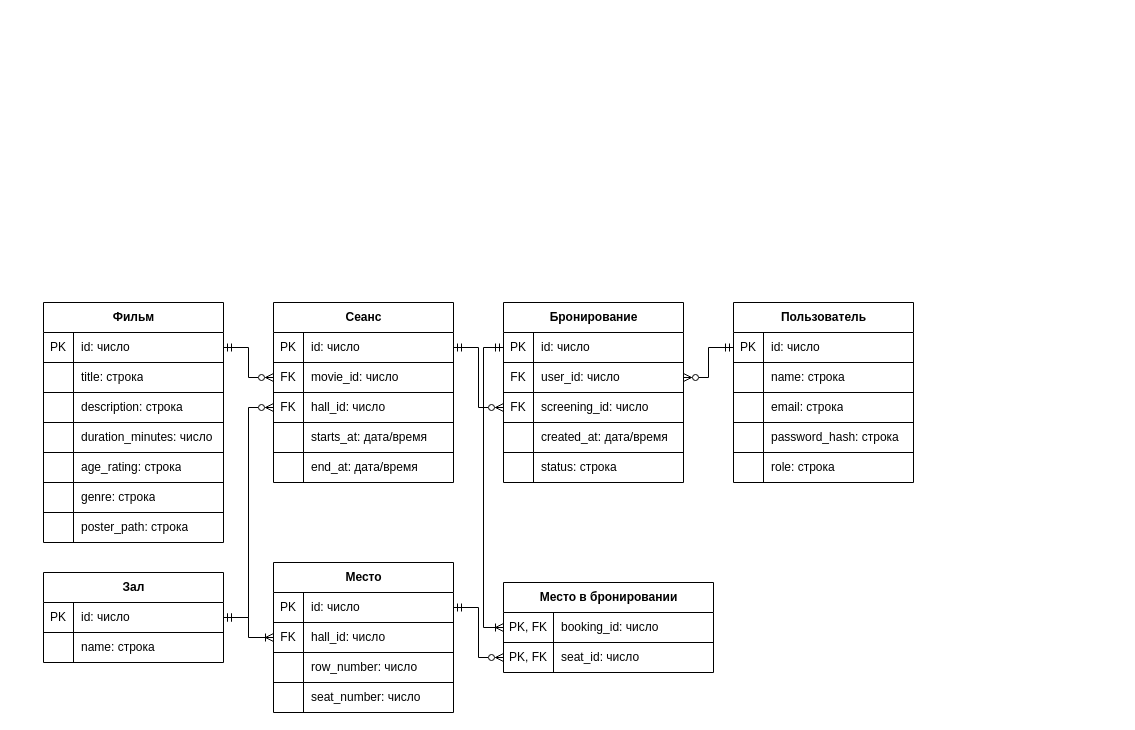
Above: docs/логическая модель.drawio in theheitergames-lab/cinema-booking (draw.io), before the change. Source tidied: cells renumbered, new cells numbered last; positions are measured from the earlier drawing's top-left corner, leaving out a move shared by most shapes. Both pictures are drawn from the tidied source at 100%, with x=0, y=0 at pixel (43, 302).
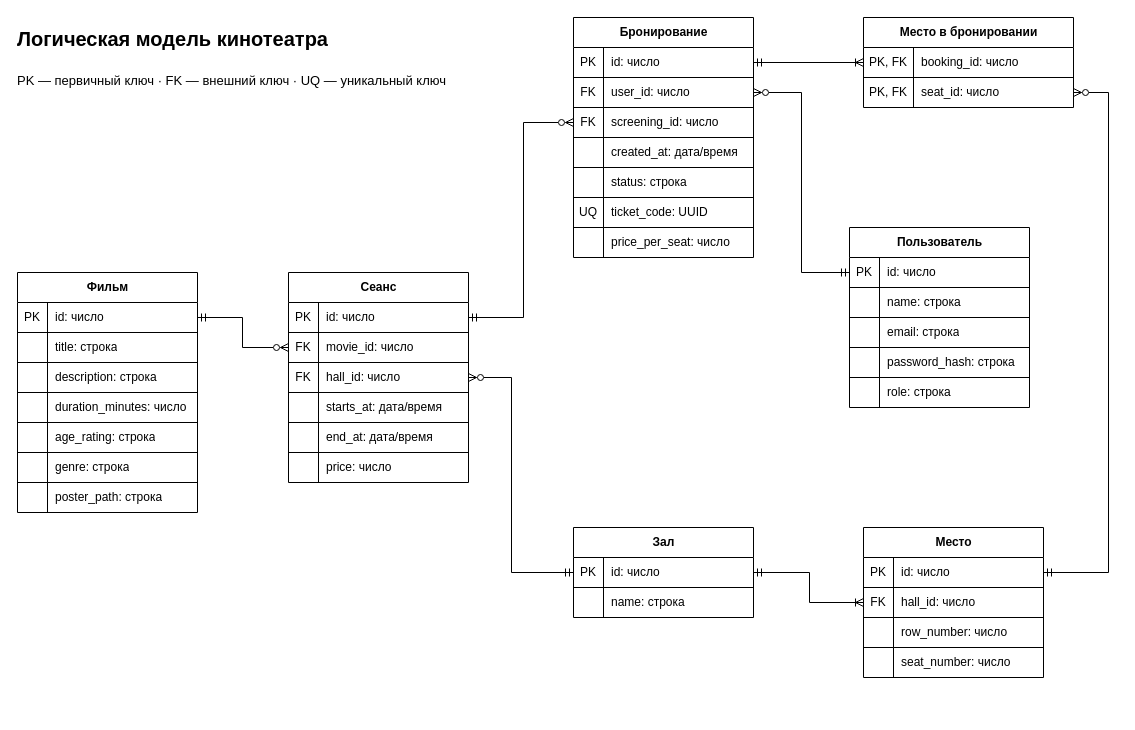
The same diagram, later.

The change refers to these unchanged cells:
```xml
<mxCell id="3" style="shape=tableRow;horizontal=0;startSize=0;swimlaneHead=0;swimlaneBody=0;fillColor=none;points=[[0,0.5],[1,0.5]];portConstraint=eastwest;top=0;left=0;right=0;bottom=1;fontStyle=0;whiteSpace=wrap;verticalAlign=middle;align=left;rounded=0;" parent="2" vertex="1">
  <mxGeometry y="30" width="180" height="30" as="geometry" />
</mxCell>
<mxCell id="25" style="shape=tableRow;horizontal=0;startSize=0;swimlaneHead=0;swimlaneBody=0;fillColor=none;points=[[0,0.5],[1,0.5]];portConstraint=eastwest;top=0;left=0;right=0;bottom=1;fontStyle=0;whiteSpace=wrap;verticalAlign=middle;align=left;rounded=0;" parent="24" vertex="1">
  <mxGeometry y="30" width="180" height="30" as="geometry" />
</mxCell>
<mxCell id="41" style="shape=tableRow;horizontal=0;startSize=0;swimlaneHead=0;swimlaneBody=0;fillColor=none;points=[[0,0.5],[1,0.5]];portConstraint=eastwest;top=0;left=0;right=0;bottom=1;fontStyle=0;whiteSpace=wrap;verticalAlign=middle;align=left;rounded=0;" parent="40" vertex="1">
  <mxGeometry y="30" width="180" height="30" as="geometry" />
</mxCell>
<mxCell id="48" style="shape=tableRow;horizontal=0;startSize=0;swimlaneHead=0;swimlaneBody=0;fillColor=none;points=[[0,0.5],[1,0.5]];portConstraint=eastwest;top=0;left=0;right=0;bottom=1;fontStyle=0;whiteSpace=wrap;verticalAlign=middle;align=left;rounded=0;" parent="47" vertex="1">
  <mxGeometry y="30" width="180" height="30" as="geometry" />
</mxCell>
<mxCell id="51" style="shape=tableRow;horizontal=0;startSize=0;swimlaneHead=0;swimlaneBody=0;fillColor=none;points=[[0,0.5],[1,0.5]];portConstraint=eastwest;top=0;left=0;right=0;bottom=0;rounded=0;" parent="47" vertex="1">
  <mxGeometry y="60" width="180" height="30" as="geometry" />
</mxCell>
<mxCell id="61" style="shape=tableRow;horizontal=0;startSize=0;swimlaneHead=0;swimlaneBody=0;fillColor=none;points=[[0,0.5],[1,0.5]];portConstraint=eastwest;top=0;left=0;right=0;bottom=1;fontStyle=0;whiteSpace=wrap;verticalAlign=middle;align=left;rounded=0;" parent="60" vertex="1">
  <mxGeometry y="30" width="180" height="30" as="geometry" />
</mxCell>
<mxCell id="64" style="shape=tableRow;horizontal=0;startSize=0;swimlaneHead=0;swimlaneBody=0;fillColor=none;points=[[0,0.5],[1,0.5]];portConstraint=eastwest;top=0;left=0;right=0;bottom=0;rounded=0;" parent="60" vertex="1">
  <mxGeometry y="60" width="180" height="30" as="geometry" />
</mxCell>
<mxCell id="67" style="shape=tableRow;horizontal=0;startSize=0;swimlaneHead=0;swimlaneBody=0;fillColor=none;points=[[0,0.5],[1,0.5]];portConstraint=eastwest;top=0;left=0;right=0;bottom=0;rounded=0;" parent="60" vertex="1">
  <mxGeometry y="90" width="180" height="30" as="geometry" />
</mxCell>
<mxCell id="77" style="shape=tableRow;horizontal=0;startSize=0;swimlaneHead=0;swimlaneBody=0;fillColor=none;points=[[0,0.5],[1,0.5]];portConstraint=eastwest;top=0;left=0;right=0;bottom=1;fontStyle=0;whiteSpace=wrap;verticalAlign=middle;align=left;rounded=0;" parent="76" vertex="1">
  <mxGeometry y="30" width="180" height="30" as="geometry" />
</mxCell>
<mxCell id="80" style="shape=tableRow;horizontal=0;startSize=0;swimlaneHead=0;swimlaneBody=0;fillColor=none;points=[[0,0.5],[1,0.5]];portConstraint=eastwest;top=0;left=0;right=0;bottom=0;rounded=0;" parent="76" vertex="1">
  <mxGeometry y="60" width="180" height="30" as="geometry" />
</mxCell>
<mxCell id="83" style="shape=tableRow;horizontal=0;startSize=0;swimlaneHead=0;swimlaneBody=0;fillColor=none;points=[[0,0.5],[1,0.5]];portConstraint=eastwest;top=0;left=0;right=0;bottom=0;rounded=0;" parent="76" vertex="1">
  <mxGeometry y="90" width="180" height="30" as="geometry" />
</mxCell>
<mxCell id="93" style="shape=tableRow;horizontal=0;startSize=0;swimlaneHead=0;swimlaneBody=0;fillColor=none;points=[[0,0.5],[1,0.5]];portConstraint=eastwest;top=0;left=0;right=0;bottom=1;fontStyle=0;whiteSpace=wrap;verticalAlign=middle;align=left;rounded=0;" parent="92" vertex="1">
  <mxGeometry y="30" width="210" height="30" as="geometry" />
</mxCell>
<mxCell id="96" style="shape=tableRow;horizontal=0;startSize=0;swimlaneHead=0;swimlaneBody=0;fillColor=none;points=[[0,0.5],[1,0.5]];portConstraint=eastwest;top=0;left=0;right=0;bottom=0;rounded=0;" parent="92" vertex="1">
  <mxGeometry y="60" width="210" height="30" as="geometry" />
</mxCell>
```

Change to the diagram source:
```diff
@@
     <mxCell id="2" value="Фильм" style="shape=table;startSize=30;childLayout=tableLayout;rowLines=1;fontStyle=1;align=center;html=1;columnLines=1;resizeLastRow=0;absoluteArcSize=0;swimlaneHead=1;fixedHeader=0;bottom=1;right=1;overflow=visible;strokeColor=default;swimlaneFillColor=default;rounded=0;" parent="1" vertex="1">
-      <mxGeometry width="180" height="240" as="geometry" />
+      <mxGeometry x="-26" y="-30" width="180" height="240" as="geometry" />
     </mxCell>
@@
     <mxCell id="24" value="Пользователь" style="shape=table;startSize=30;childLayout=tableLayout;rowLines=1;fontStyle=1;align=center;html=1;columnLines=1;resizeLastRow=0;absoluteArcSize=0;swimlaneHead=1;fixedHeader=0;bottom=1;right=1;overflow=visible;strokeColor=default;swimlaneFillColor=default;rounded=0;" parent="1" vertex="1">
-      <mxGeometry x="690" width="180" height="180" as="geometry" />
+      <mxGeometry x="806" y="-75" width="180" height="180" as="geometry" />
     </mxCell>
@@
     <mxCell id="40" value="Зал" style="shape=table;startSize=30;childLayout=tableLayout;rowLines=1;fontStyle=1;align=center;html=1;columnLines=1;resizeLastRow=0;absoluteArcSize=0;swimlaneHead=1;fixedHeader=0;bottom=1;right=1;overflow=visible;strokeColor=default;swimlaneFillColor=default;rounded=0;" parent="1" vertex="1">
-      <mxGeometry y="270" width="180" height="90" as="geometry" />
+      <mxGeometry x="530" y="225" width="180" height="90" as="geometry" />
     </mxCell>
@@
     <mxCell id="47" value="Место" style="shape=table;startSize=30;childLayout=tableLayout;rowLines=1;fontStyle=1;align=center;html=1;columnLines=1;resizeLastRow=0;absoluteArcSize=0;swimlaneHead=1;fixedHeader=0;bottom=1;right=1;overflow=visible;strokeColor=default;swimlaneFillColor=default;rounded=0;" parent="1" vertex="1">
-      <mxGeometry x="230" y="260" width="180" height="150" as="geometry" />
+      <mxGeometry x="820" y="225" width="180" height="150" as="geometry" />
     </mxCell>
@@
     <mxCell id="60" value="Сеанс" style="shape=table;startSize=30;childLayout=tableLayout;rowLines=1;fontStyle=1;align=center;html=1;columnLines=1;resizeLastRow=0;absoluteArcSize=0;swimlaneHead=1;fixedHeader=0;bottom=1;right=1;overflow=visible;strokeColor=default;swimlaneFillColor=default;rounded=0;" parent="1" vertex="1">
-      <mxGeometry x="230" width="180" height="180" as="geometry" />
+      <mxGeometry x="245" y="-30" width="180" height="210" as="geometry" />
     </mxCell>
@@
+    <mxCell id="106" style="shape=tableRow;horizontal=0;startSize=0;swimlaneHead=0;swimlaneBody=0;fillColor=none;top=0;left=0;right=0;bottom=0;rounded=0;" parent="60" vertex="1">
+      <mxGeometry y="180" width="180" height="30" as="geometry" />
+    </mxCell>
+    <mxCell id="107" style="shape=partialRectangle;fillColor=none;top=0;left=0;bottom=0;right=0;overflow=hidden;whiteSpace=wrap;html=1;rounded=0;" parent="106" vertex="1">
+      <mxGeometry width="30" height="30" as="geometry" />
+    </mxCell>
+    <mxCell id="108" value="price: число" style="shape=partialRectangle;fillColor=none;top=0;left=0;bottom=0;right=0;align=left;spacingLeft=6;overflow=hidden;whiteSpace=wrap;html=1;fontStyle=0;rounded=0;" parent="106" vertex="1">
+      <mxGeometry x="30" width="150" height="30" as="geometry" />
+    </mxCell>
     <mxCell id="76" value="Бронирование" style="shape=table;startSize=30;childLayout=tableLayout;rowLines=1;fontStyle=1;align=center;html=1;columnLines=1;resizeLastRow=0;absoluteArcSize=0;swimlaneHead=1;fixedHeader=0;bottom=1;right=1;overflow=visible;strokeColor=default;swimlaneFillColor=default;rounded=0;" parent="1" vertex="1">
-      <mxGeometry x="460" width="180" height="180" as="geometry" />
+      <mxGeometry x="530" y="-285" width="180" height="240" as="geometry" />
     </mxCell>
@@
+    <mxCell id="109" style="shape=tableRow;horizontal=0;startSize=0;swimlaneHead=0;swimlaneBody=0;fillColor=none;top=0;left=0;right=0;bottom=0;rounded=0;" parent="76" vertex="1">
+      <mxGeometry y="180" width="180" height="30" as="geometry" />
+    </mxCell>
+    <mxCell id="110" value="UQ" style="shape=partialRectangle;fillColor=none;top=0;left=0;bottom=0;right=0;overflow=hidden;whiteSpace=wrap;html=1;rounded=0;" parent="109" vertex="1">
+      <mxGeometry width="30" height="30" as="geometry" />
+    </mxCell>
+    <mxCell id="111" value="ticket_code: UUID" style="shape=partialRectangle;fillColor=none;top=0;left=0;bottom=0;right=0;align=left;spacingLeft=6;overflow=hidden;whiteSpace=wrap;html=1;fontStyle=0;rounded=0;" parent="109" vertex="1">
+      <mxGeometry x="30" width="150" height="30" as="geometry" />
+    </mxCell>
+    <mxCell id="112" style="shape=tableRow;horizontal=0;startSize=0;swimlaneHead=0;swimlaneBody=0;fillColor=none;top=0;left=0;right=0;bottom=0;rounded=0;" parent="76" vertex="1">
+      <mxGeometry y="210" width="180" height="30" as="geometry" />
+    </mxCell>
+    <mxCell id="113" style="shape=partialRectangle;fillColor=none;top=0;left=0;bottom=0;right=0;overflow=hidden;whiteSpace=wrap;html=1;rounded=0;" parent="112" vertex="1">
+      <mxGeometry width="30" height="30" as="geometry" />
+    </mxCell>
+    <mxCell id="114" value="price_per_seat: число" style="shape=partialRectangle;fillColor=none;top=0;left=0;bottom=0;right=0;align=left;spacingLeft=6;overflow=hidden;whiteSpace=wrap;html=1;fontStyle=0;rounded=0;" parent="112" vertex="1">
+      <mxGeometry x="30" width="150" height="30" as="geometry" />
+    </mxCell>
     <mxCell id="92" value="Место в бронировании" style="shape=table;startSize=30;childLayout=tableLayout;rowLines=1;fontStyle=1;align=center;html=1;columnLines=1;resizeLastRow=0;absoluteArcSize=0;swimlaneHead=1;fixedHeader=0;bottom=1;right=1;overflow=visible;strokeColor=default;swimlaneFillColor=default;rounded=0;" parent="1" vertex="1">
-      <mxGeometry x="460" y="280" width="210" height="90" as="geometry" />
+      <mxGeometry x="820" y="-285" width="210" height="90" as="geometry" />
     </mxCell>
@@
     <mxCell id="99" style="html=1;exitX=0;exitY=0.5;exitDx=0;exitDy=0;entryX=1;entryY=0.5;entryDx=0;entryDy=0;endArrow=ERmandOne;endFill=0;startArrow=ERzeroToMany;startFill=0;edgeStyle=orthogonalEdgeStyle;elbow=vertical;rounded=0;curved=0;" parent="1" edge="1" source="64" target="3">
-      <mxGeometry relative="1" as="geometry" />
+      <mxGeometry relative="1" as="geometry">
+        <Array as="points">
+          <mxPoint x="199" y="45" />
+          <mxPoint x="199" y="15" />
+        </Array>
+      </mxGeometry>
     </mxCell>
-    <mxCell id="100" style="edgeStyle=orthogonalEdgeStyle;html=1;exitX=0;exitY=0.5;exitDx=0;exitDy=0;entryX=1;entryY=0.5;entryDx=0;entryDy=0;startArrow=ERzeroToMany;startFill=0;endArrow=ERmandOne;endFill=0;rounded=0;curved=0;" parent="1" edge="1" source="67" target="41">
-      <mxGeometry relative="1" as="geometry" />
+    <mxCell id="100" style="edgeStyle=orthogonalEdgeStyle;html=1;exitX=1;exitY=0.5;exitDx=0;exitDy=0;entryX=0;entryY=0.5;entryDx=0;entryDy=0;startArrow=ERzeroToMany;startFill=0;endArrow=ERmandOne;endFill=0;rounded=0;curved=0;" parent="1" edge="1" source="67" target="41">
+      <mxGeometry relative="1" as="geometry">
+        <Array as="points">
+          <mxPoint x="468" y="75" />
+          <mxPoint x="468" y="270" />
+        </Array>
+      </mxGeometry>
     </mxCell>
     <mxCell id="101" style="edgeStyle=orthogonalEdgeStyle;html=1;exitX=0;exitY=0.5;exitDx=0;exitDy=0;entryX=1;entryY=0.5;entryDx=0;entryDy=0;rounded=0;curved=0;endArrow=ERmandOne;endFill=0;startArrow=ERoneToMany;startFill=0;" parent="1" edge="1" source="51" target="41">
-      <mxGeometry relative="1" as="geometry" />
+      <mxGeometry relative="1" as="geometry">
+        <Array as="points">
+          <mxPoint x="766" y="300" />
+          <mxPoint x="766" y="270" />
+        </Array>
+      </mxGeometry>
     </mxCell>
     <mxCell id="102" style="edgeStyle=orthogonalEdgeStyle;html=1;exitX=0;exitY=0.5;exitDx=0;exitDy=0;entryX=1;entryY=0.5;entryDx=0;entryDy=0;rounded=0;curved=0;startArrow=ERmandOne;startFill=0;endArrow=ERzeroToMany;endFill=0;" parent="1" edge="1" source="25" target="80">
-      <mxGeometry relative="1" as="geometry" />
+      <mxGeometry relative="1" as="geometry">
+        <Array as="points">
+          <mxPoint x="758" y="-30" />
+          <mxPoint x="758" y="-210" />
+        </Array>
+      </mxGeometry>
     </mxCell>
     <mxCell id="103" style="edgeStyle=orthogonalEdgeStyle;html=1;exitX=0;exitY=0.5;exitDx=0;exitDy=0;entryX=1;entryY=0.5;entryDx=0;entryDy=0;rounded=0;startArrow=ERzeroToMany;startFill=0;endArrow=ERmandOne;endFill=0;" parent="1" edge="1" source="83" target="61">
-      <mxGeometry relative="1" as="geometry" />
+      <mxGeometry relative="1" as="geometry">
+        <Array as="points">
+          <mxPoint x="480" y="-180" />
+          <mxPoint x="480" y="15" />
+        </Array>
+      </mxGeometry>
     </mxCell>
-    <mxCell id="104" style="edgeStyle=orthogonalEdgeStyle;html=1;exitX=0;exitY=0.5;exitDx=0;exitDy=0;entryX=0;entryY=0.5;entryDx=0;entryDy=0;rounded=0;startArrow=ERmandOne;startFill=0;endArrow=ERoneToMany;endFill=0;" parent="1" edge="1" source="77" target="93">
-      <mxGeometry relative="1" as="geometry">
-        <Array as="points">
-          <mxPoint x="440" y="45" />
-          <mxPoint x="440" y="325" />
-        </Array>
-      </mxGeometry>
+    <mxCell id="104" style="edgeStyle=orthogonalEdgeStyle;html=1;exitX=1;exitY=0.5;exitDx=0;exitDy=0;entryX=0;entryY=0.5;entryDx=0;entryDy=0;rounded=0;startArrow=ERmandOne;startFill=0;endArrow=ERoneToMany;endFill=0;" parent="1" edge="1" source="77" target="93">
+      <mxGeometry relative="1" as="geometry" />
     </mxCell>
-    <mxCell id="105" style="edgeStyle=orthogonalEdgeStyle;html=1;exitX=1;exitY=0.5;exitDx=0;exitDy=0;entryX=0;entryY=0.5;entryDx=0;entryDy=0;rounded=0;startArrow=ERmandOne;startFill=0;endArrow=ERzeroToMany;endFill=0;" parent="1" edge="1" source="48" target="96">
-      <mxGeometry relative="1" as="geometry" />
+    <mxCell id="105" style="edgeStyle=orthogonalEdgeStyle;html=1;exitX=1;exitY=0.5;exitDx=0;exitDy=0;entryX=1;entryY=0.5;entryDx=0;entryDy=0;rounded=0;startArrow=ERmandOne;startFill=0;endArrow=ERzeroToMany;endFill=0;" parent="1" edge="1" source="48" target="96">
+      <mxGeometry relative="1" as="geometry">
+        <Array as="points">
+          <mxPoint x="1065" y="270" />
+          <mxPoint x="1065" y="-210" />
+        </Array>
+      </mxGeometry>
     </mxCell>
+    <mxCell id="115" value="Логическая модель кинотеатра" style="text;align=left;verticalAlign=middle;spacing=0;fontStyle=1;fontSize=20;" parent="1" vertex="1">
+      <mxGeometry x="-26" y="-285" width="450" height="40" as="geometry" />
+    </mxCell>
+    <mxCell id="116" value="PK — первичный ключ · FK — внешний ключ · UQ — уникальный ключ" style="text;align=left;verticalAlign=middle;spacing=0;fontSize=13;" parent="1" vertex="1">
+      <mxGeometry x="-26" y="-238" width="480" height="30" as="geometry" />
+    </mxCell>
```
